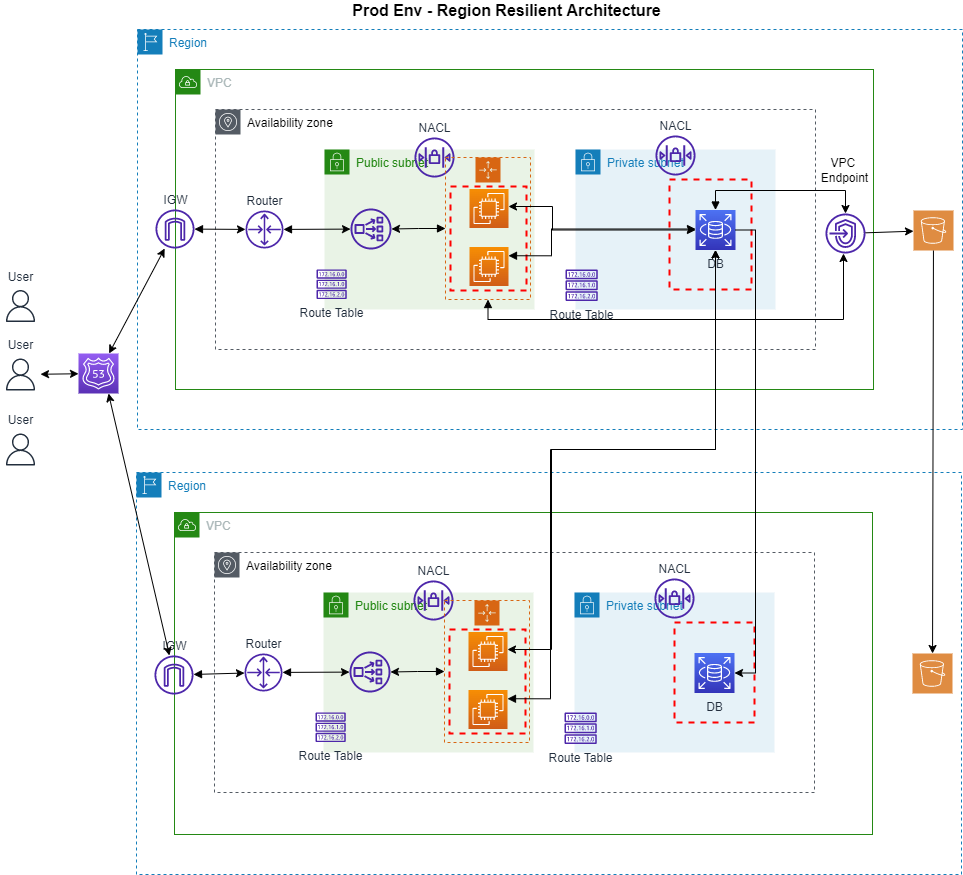
This is Region Resilient Architecture/Prod App & DB Server Architecture/Prod App & DB Server Architecture.png from Srinivasan87/AWS-Architectures, a draw.io export, as it was before one commit. Source tidied: cells renumbered, new cells last; positions are measured from the earlier drawing's top-left corner, leaving out a move shared by most shapes.
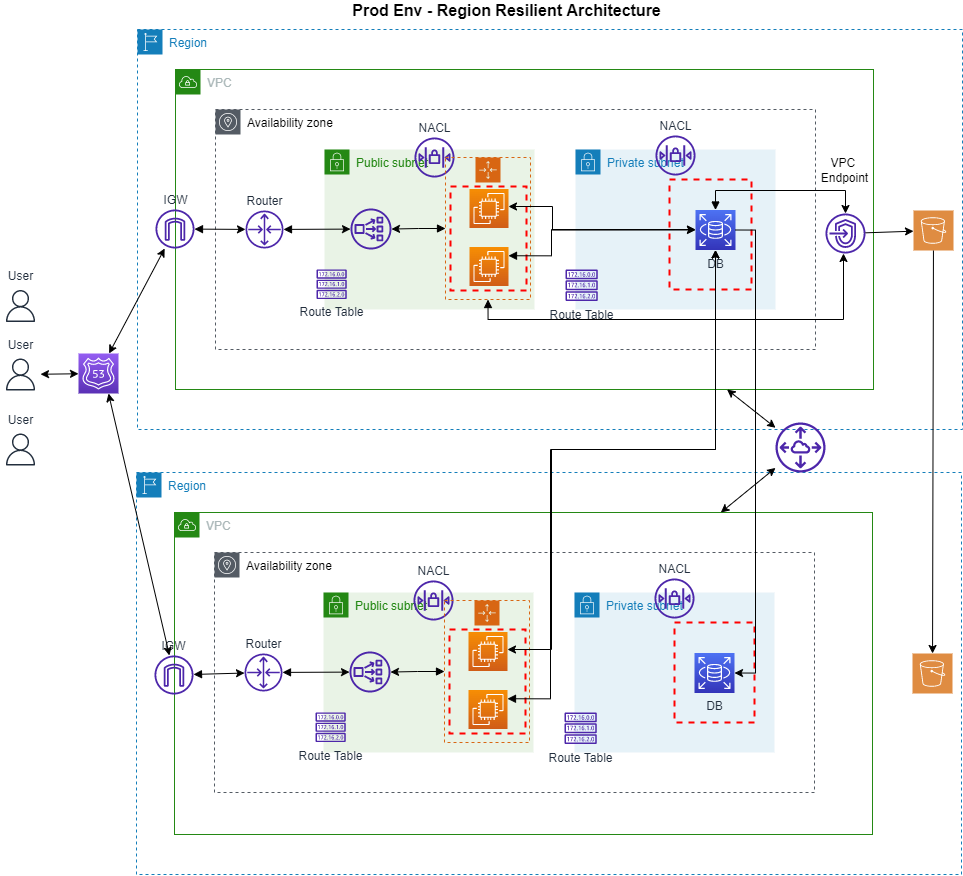
Above is the later version.

Commit message:
Added VPC Peering

Diff of the diagram source:
```diff
@@ -227,5 +227,14 @@
     <mxCell id="64" style="edgeStyle=orthogonalEdgeStyle;rounded=0;jettySize=auto;html=1;exitX=1;exitY=0.5;exitDx=0;exitDy=0;exitPerimeter=0;entryX=1;entryY=0.5;entryDx=0;entryDy=0;entryPerimeter=0;" parent="1" edge="1" source="7" target="41">
       <mxGeometry relative="1" as="geometry" />
     </mxCell>
+    <mxCell id="65" style="sketch=0;outlineConnect=0;fontColor=#232F3E;gradientColor=none;fillColor=#4D27AA;strokeColor=none;dashed=0;verticalLabelPosition=bottom;verticalAlign=top;align=center;html=1;fontSize=12;fontStyle=0;shape=mxgraph.aws4.peering;" parent="1" vertex="1">
+      <mxGeometry x="775" y="422" width="50" height="50" as="geometry" />
+    </mxCell>
+    <mxCell id="66" style="endArrow=classic;startArrow=classic;html=1;rounded=0;" parent="1" edge="1" source="65" target="4">
+      <mxGeometry relative="1" as="geometry" />
+    </mxCell>
+    <mxCell id="67" style="endArrow=classic;startArrow=classic;html=1;rounded=0;" parent="1" edge="1" source="38" target="65">
+      <mxGeometry relative="1" as="geometry" />
+    </mxCell>
   </root>
 </mxGraphModel>
```
